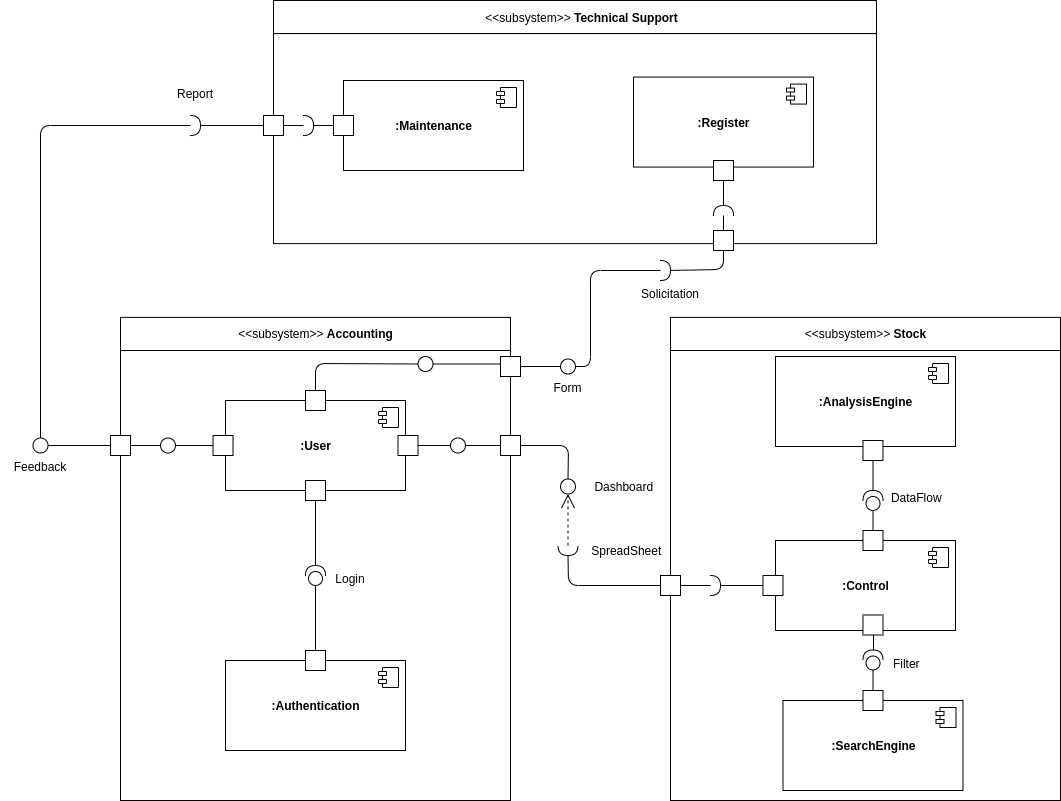
UnBArqDsw/2020.1_G12_Stock keeps this draw.io diagram as docs/assets/diagramas/DiagramaComponentes.png. Above is the earlier version. Source tidied: cells renumbered, new cells last; positions are measured from the earlier drawing's top-left corner, leaving out a move shared by most shapes.
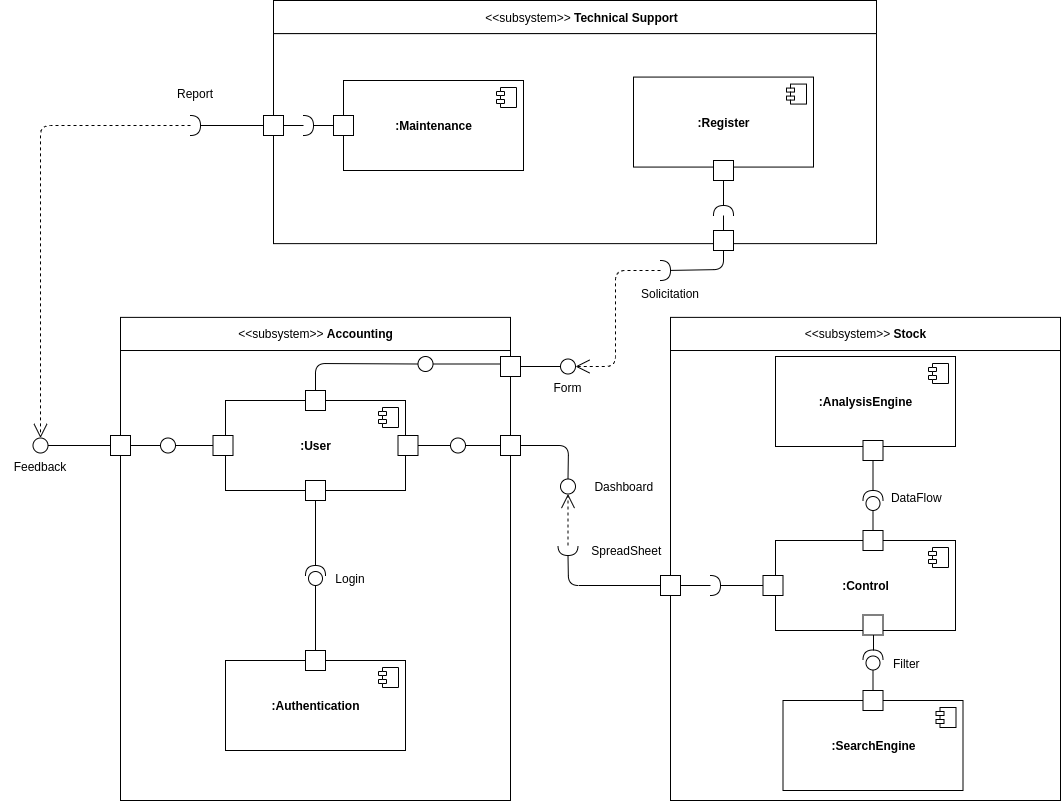
After the commit.

Commit message:
Change class and components diagrams

Diff of the diagram source:
```diff
@@ -251,9 +251,8 @@
     <mxCell id="76" style="html=1;points=[];perimeter=orthogonalPerimeter;" parent="59" vertex="1">
       <mxGeometry x="433" y="230" width="20" height="20" as="geometry" />
     </mxCell>
-    <mxCell id="77" style="endArrow=none;html=1;" parent="1" edge="1" target="81">
+    <mxCell id="77" style="endArrow=open;endSize=12;dashed=1;html=1;exitX=0;exitY=0.5;exitDx=0;exitDy=0;exitPerimeter=0;entryX=0.5;entryY=0;entryDx=0;entryDy=0;" parent="1" edge="1" source="81" target="79">
       <mxGeometry relative="1" as="geometry">
-        <mxPoint x="40" y="440" as="sourcePoint" />
         <Array as="points">
           <mxPoint x="40" y="125" />
         </Array>
@@ -274,11 +273,11 @@
     <mxCell id="82" style="endArrow=none;html=1;" parent="1" edge="1" source="69" target="81">
       <mxGeometry relative="1" as="geometry" />
     </mxCell>
-    <mxCell id="83" style="endArrow=none;html=1;" parent="1" edge="1" source="84" target="88">
+    <mxCell id="83" style="endArrow=open;endSize=12;dashed=1;html=1;entryX=1;entryY=0.5;entryDx=0;entryDy=0;exitX=0;exitY=0.5;exitDx=0;exitDy=0;exitPerimeter=0;" parent="1" edge="1" source="88" target="84">
       <mxGeometry relative="1" as="geometry">
         <Array as="points">
-          <mxPoint x="590" y="366" />
-          <mxPoint x="590" y="270" />
+          <mxPoint x="615" y="270" />
+          <mxPoint x="615" y="366" />
         </Array>
       </mxGeometry>
     </mxCell>
```
